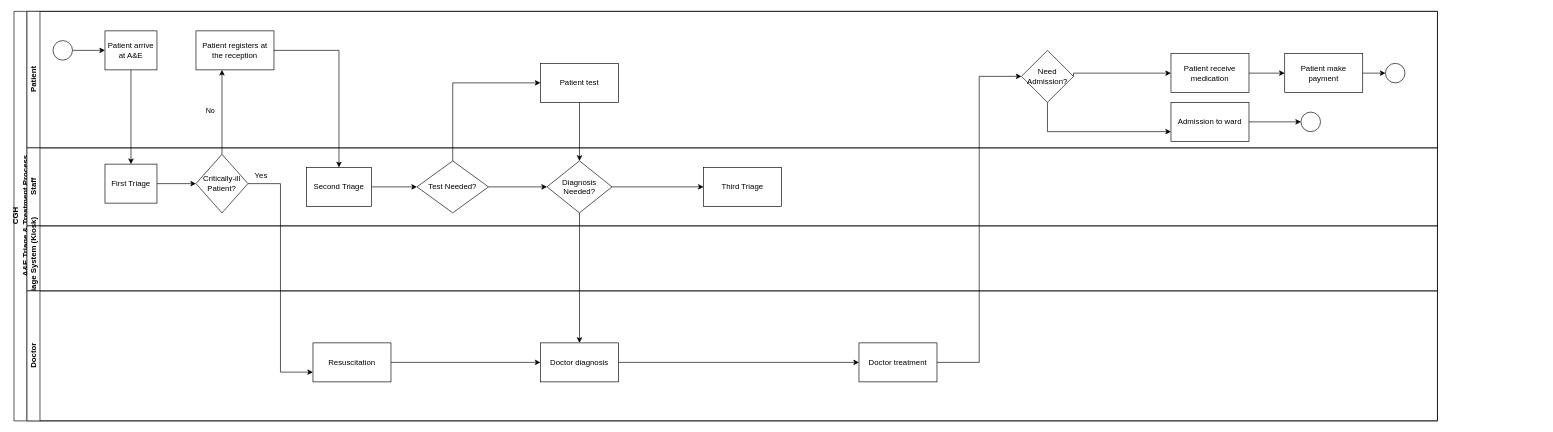
Earlier version of the draw.io diagram Untitled Diagram.drawio (L1uM4rt1n/Huawei-Hackathon-2023-EYEdeate). Source tidied: cells renumbered, new cells numbered last; positions are measured from the earlier drawing's top-left corner, leaving out a move shared by most shapes. Both pictures are drawn from the tidied source at 65%, with x=0, y=0 at pixel (14, 11).
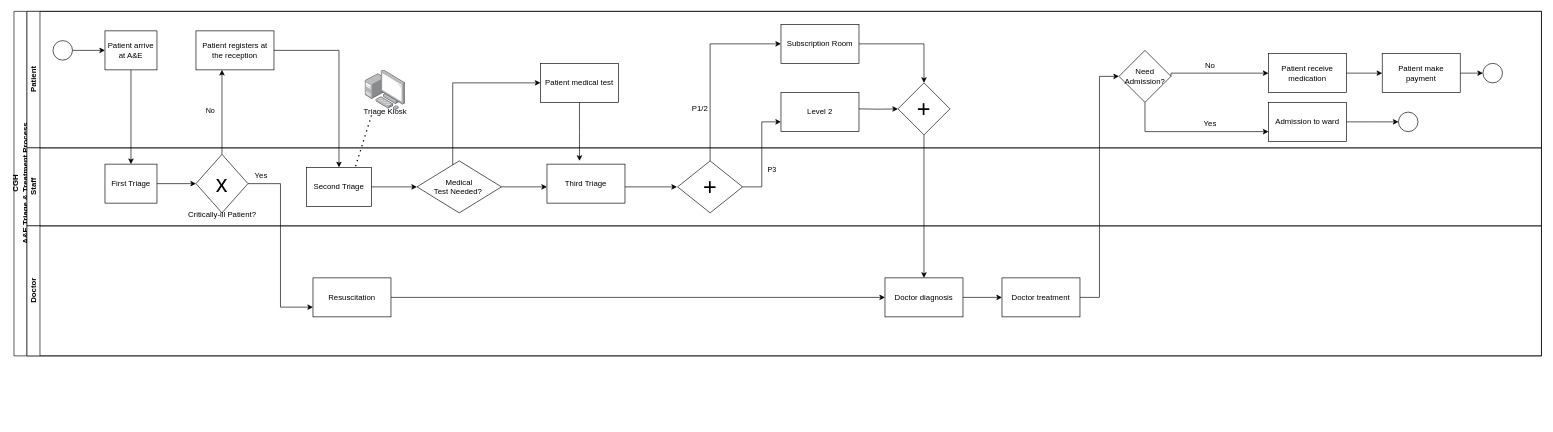
After the change.

Commit message:
CGH Triage Process AS-IS.drawio

The edit, as a diff of the source:
```diff
@@
     <mxCell id="2" value="CGH &lt;br&gt;A&amp;amp;E Triage &amp;amp; Treatment Process" style="swimlane;html=1;horizontal=0;startSize=20;" parent="1" vertex="1">
-      <mxGeometry width="2190" height="630" as="geometry" />
+      <mxGeometry width="2350" height="530" as="geometry" />
     </mxCell>
     <mxCell id="3" value="Patient" style="swimlane;html=1;startSize=20;horizontal=0;" parent="2" vertex="1">
-      <mxGeometry x="20" width="2170" height="210" as="geometry" />
+      <mxGeometry x="20" width="2330" height="210" as="geometry" />
     </mxCell>
@@
-    <mxCell id="7" value="Patient test" style="whiteSpace=wrap;html=1;" parent="3" vertex="1">
+    <mxCell id="7" value="Patient medical test" style="whiteSpace=wrap;html=1;" parent="3" vertex="1">
       <mxGeometry x="790" y="80" width="120" height="60" as="geometry" />
     </mxCell>
     <mxCell id="8" style="edgeStyle=orthogonalEdgeStyle;rounded=0;jettySize=auto;html=1;" parent="3" edge="1" source="9">
       <mxGeometry relative="1" as="geometry">
-        <mxPoint x="2090" y="95" as="targetPoint" />
+        <mxPoint x="2240" y="95" as="targetPoint" />
       </mxGeometry>
     </mxCell>
     <mxCell id="9" value="Patient make payment" style="rounded=0;whiteSpace=wrap;html=1;" parent="3" vertex="1">
-      <mxGeometry x="1935" y="65" width="120" height="60" as="geometry" />
+      <mxGeometry x="2085" y="65" width="120" height="60" as="geometry" />
     </mxCell>
     <mxCell id="10" style="ellipse;whiteSpace=wrap;html=1;" parent="3" vertex="1">
-      <mxGeometry x="2090" y="80" width="30" height="30" as="geometry" />
+      <mxGeometry x="2240" y="80" width="30" height="30" as="geometry" />
     </mxCell>
     <mxCell id="11" value="Patient receive medication" style="whiteSpace=wrap;html=1;" parent="3" vertex="1">
-      <mxGeometry x="1760" y="65" width="120" height="60" as="geometry" />
+      <mxGeometry x="1910" y="65" width="120" height="60" as="geometry" />
     </mxCell>
@@
     <mxCell id="14" style="edgeStyle=orthogonalEdgeStyle;rounded=0;jettySize=auto;html=1;" parent="3" edge="1" source="15">
       <mxGeometry relative="1" as="geometry">
-        <mxPoint x="1960" y="170" as="targetPoint" />
+        <mxPoint x="2110" y="170" as="targetPoint" />
       </mxGeometry>
     </mxCell>
     <mxCell id="15" value="Admission to ward" style="whiteSpace=wrap;html=1;" parent="3" vertex="1">
-      <mxGeometry x="1760" y="140" width="120" height="60" as="geometry" />
+      <mxGeometry x="1910" y="140" width="120" height="60" as="geometry" />
     </mxCell>
     <mxCell id="16" style="ellipse;whiteSpace=wrap;html=1;" parent="3" vertex="1">
-      <mxGeometry x="1960" y="155" width="30" height="30" as="geometry" />
+      <mxGeometry x="2110" y="155" width="30" height="30" as="geometry" />
     </mxCell>
@@
     <mxCell id="18" value="Need Admission?" style="rhombus;whiteSpace=wrap;html=1;rounded=0;" parent="3" vertex="1">
-      <mxGeometry x="1530" y="60" width="80" height="80" as="geometry" />
+      <mxGeometry x="1680" y="60" width="80" height="80" as="geometry" />
     </mxCell>
     <mxCell id="19" style="edgeStyle=orthogonalEdgeStyle;rounded=0;jettySize=auto;html=1;entryX=0;entryY=0.5;entryDx=0;entryDy=0;exitX=1;exitY=0.5;exitDx=0;exitDy=0;" parent="3" edge="1" source="18" target="11">
       <mxGeometry relative="1" as="geometry">
         <Array as="points">
-          <mxPoint x="1610" y="95" />
+          <mxPoint x="1760" y="95" />
         </Array>
       </mxGeometry>
     </mxCell>
+    <mxCell id="48" style="image;html=1;align=center;shadow=0;dashed=0;image=img/lib/allied_telesis/computer_and_terminals/Personal_Computer_with_Server.svg;" parent="3" vertex="1">
+      <mxGeometry x="520" y="90" width="62.4" height="62.4" as="geometry" />
+    </mxCell>
+    <mxCell id="49" value="Level 2" style="whiteSpace=wrap;html=1;" parent="3" vertex="1">
+      <mxGeometry x="1160" y="125" width="120" height="60" as="geometry" />
+    </mxCell>
+    <mxCell id="50" value="Subscription Room" style="whiteSpace=wrap;html=1;" parent="3" vertex="1">
+      <mxGeometry x="1160" y="20" width="120" height="60" as="geometry" />
+    </mxCell>
+    <mxCell id="51" value="&lt;font style=&quot;font-size: 36px;&quot;&gt;+&lt;/font&gt;" style="rhombus;whiteSpace=wrap;html=1;" parent="3" vertex="1">
+      <mxGeometry x="1340" y="110" width="80" height="80" as="geometry" />
+    </mxCell>
+    <mxCell id="52" style="edgeStyle=orthogonalEdgeStyle;rounded=0;jettySize=auto;html=1;exitX=1;exitY=0.5;exitDx=0;exitDy=0;entryX=0.5;entryY=0;entryDx=0;entryDy=0;" parent="3" edge="1" source="50" target="51">
+      <mxGeometry relative="1" as="geometry" />
+    </mxCell>
+    <mxCell id="53" style="edgeStyle=orthogonalEdgeStyle;rounded=0;jettySize=auto;html=1;entryX=0;entryY=0.5;entryDx=0;entryDy=0;" parent="3" edge="1" target="51">
+      <mxGeometry relative="1" as="geometry">
+        <mxPoint x="1280" y="150" as="sourcePoint" />
+      </mxGeometry>
+    </mxCell>
+    <mxCell id="54" value="P1/2" style="text;html=1;align=center;verticalAlign=middle;strokeColor=none;fillColor=none;" parent="3" vertex="1">
+      <mxGeometry x="1010" y="135" width="50" height="30" as="geometry" />
+    </mxCell>
+    <mxCell id="55" value="Triage Kiosk" style="text;html=1;align=center;verticalAlign=middle;strokeColor=none;fillColor=none;" parent="3" vertex="1">
+      <mxGeometry x="506.2" y="140" width="90" height="30" as="geometry" />
+    </mxCell>
     <mxCell id="20" value="Staff" style="swimlane;html=1;startSize=20;horizontal=0;" parent="2" vertex="1">
-      <mxGeometry x="20" y="210" width="2170" height="120" as="geometry" />
+      <mxGeometry x="20" y="210" width="2330" height="120" as="geometry" />
     </mxCell>
@@
-    <mxCell id="22" value="Critically-ill Patient?" style="rhombus;whiteSpace=wrap;html=1;" parent="20" vertex="1">
+    <mxCell id="22" value="&lt;span style=&quot;font-size: 36px;&quot;&gt;x&lt;/span&gt;" style="rhombus;whiteSpace=wrap;html=1;" parent="20" vertex="1">
       <mxGeometry x="260" y="10" width="80" height="90" as="geometry" />
     </mxCell>
@@
-    <mxCell id="24" style="edgeStyle=orthogonalEdgeStyle;rounded=0;jettySize=auto;html=1;entryX=0;entryY=0.5;entryDx=0;entryDy=0;" parent="20" edge="1" source="25" target="28">
-      <mxGeometry relative="1" as="geometry" />
+    <mxCell id="24" style="edgeStyle=orthogonalEdgeStyle;rounded=0;jettySize=auto;html=1;entryX=0;entryY=0.5;entryDx=0;entryDy=0;" parent="20" edge="1" source="25">
+      <mxGeometry relative="1" as="geometry">
+        <mxPoint x="800" y="60" as="targetPoint" />
+      </mxGeometry>
     </mxCell>
-    <mxCell id="25" value="Test Needed?" style="rhombus;whiteSpace=wrap;html=1;fontFamily=Helvetica;fontSize=12;fontColor=#000000;align=center;" parent="20" vertex="1">
-      <mxGeometry x="600" y="20" width="110" height="80" as="geometry" />
+    <mxCell id="25" value="Medical&lt;br&gt;Test Needed?&amp;nbsp;" style="rhombus;whiteSpace=wrap;html=1;fontFamily=Helvetica;fontSize=12;fontColor=#000000;align=center;" parent="20" vertex="1">
+      <mxGeometry x="600" y="20" width="130" height="80" as="geometry" />
     </mxCell>
+    <mxCell id="30" style="edgeStyle=orthogonalEdgeStyle;rounded=0;orthogonalLoop=1;jettySize=auto;html=1;entryX=0;entryY=0.5;entryDx=0;entryDy=0;" parent="20" edge="1">
+      <mxGeometry relative="1" as="geometry">
+        <mxPoint x="900" y="60" as="sourcePoint" />
+        <mxPoint x="1000" y="60" as="targetPoint" />
+      </mxGeometry>
+    </mxCell>
+    <mxCell id="27" value="Second Triage" style="whiteSpace=wrap;html=1;" parent="20" vertex="1">
+      <mxGeometry x="430" y="30" width="100" height="60" as="geometry" />
+    </mxCell>
@@
-    <mxCell id="27" value="Second Triage" style="whiteSpace=wrap;html=1;" parent="20" vertex="1">
-      <mxGeometry x="430" y="30" width="100" height="60" as="geometry" />
-    </mxCell>
-    <mxCell id="28" value="Diagnosis Needed?" style="rhombus;whiteSpace=wrap;html=1;" parent="20" vertex="1">
-      <mxGeometry x="800" y="20" width="100" height="80" as="geometry" />
-    </mxCell>
-    <mxCell id="29" value="Third Triage" style="whiteSpace=wrap;html=1;" parent="20" vertex="1">
-      <mxGeometry x="1041" y="30" width="120" height="60" as="geometry" />
+    <mxCell id="29" value="Third Triage" style="rounded=0;whiteSpace=wrap;html=1;" parent="20" vertex="1">
+      <mxGeometry x="800" y="25" width="120" height="60" as="geometry" />
     </mxCell>
-    <mxCell id="30" style="edgeStyle=orthogonalEdgeStyle;rounded=0;jettySize=auto;html=1;entryX=0;entryY=0.5;entryDx=0;entryDy=0;" parent="20" edge="1" source="28" target="29">
-      <mxGeometry relative="1" as="geometry" />
-    </mxCell>
-    <mxCell id="31" value="Triage System (Kiosk)" style="swimlane;html=1;startSize=20;horizontal=0;" parent="2" vertex="1">
-      <mxGeometry x="20" y="330" width="2170" height="100" as="geometry" />
-    </mxCell>
+    <mxCell id="56" value="&lt;font style=&quot;font-size: 36px;&quot;&gt;+&lt;/font&gt;" style="rhombus;whiteSpace=wrap;html=1;" parent="20" vertex="1">
+      <mxGeometry x="1001" y="20" width="100" height="80" as="geometry" />
+    </mxCell>
     <mxCell id="32" value="Doctor" style="swimlane;html=1;startSize=20;horizontal=0;" parent="2" vertex="1">
-      <mxGeometry x="20" y="430" width="2170" height="200" as="geometry" />
+      <mxGeometry x="20" y="330" width="2330" height="200" as="geometry" />
     </mxCell>
@@
     <mxCell id="34" value="Doctor diagnosis" style="rounded=0;whiteSpace=wrap;html=1;" parent="32" vertex="1">
-      <mxGeometry x="790" y="80" width="120" height="60" as="geometry" />
+      <mxGeometry x="1320" y="80" width="120" height="60" as="geometry" />
     </mxCell>
     <mxCell id="35" value="Doctor treatment" style="whiteSpace=wrap;html=1;rounded=0;" parent="32" vertex="1">
-      <mxGeometry x="1280" y="80" width="120" height="60" as="geometry" />
+      <mxGeometry x="1500" y="80" width="120" height="60" as="geometry" />
     </mxCell>
@@
-    <mxCell id="44" style="edgeStyle=orthogonalEdgeStyle;rounded=0;jettySize=auto;html=1;entryX=0.5;entryY=0;entryDx=0;entryDy=0;" parent="2" edge="1" source="28" target="34">
-      <mxGeometry relative="1" as="geometry" />
-    </mxCell>
-    <mxCell id="45" style="edgeStyle=orthogonalEdgeStyle;rounded=0;jettySize=auto;html=1;exitX=0.5;exitY=1;exitDx=0;exitDy=0;entryX=0.5;entryY=0;entryDx=0;entryDy=0;" parent="2" edge="1" source="7" target="28">
-      <mxGeometry relative="1" as="geometry" />
+    <mxCell id="45" style="edgeStyle=orthogonalEdgeStyle;rounded=0;jettySize=auto;html=1;exitX=0.5;exitY=1;exitDx=0;exitDy=0;entryX=0.5;entryY=0;entryDx=0;entryDy=0;" parent="2" edge="1" source="7">
+      <mxGeometry relative="1" as="geometry">
+        <mxPoint x="870" y="230" as="targetPoint" />
+      </mxGeometry>
     </mxCell>
@@
+    <mxCell id="57" style="edgeStyle=orthogonalEdgeStyle;rounded=0;jettySize=auto;html=1;entryX=0;entryY=0.75;entryDx=0;entryDy=0;exitX=1;exitY=0.5;exitDx=0;exitDy=0;" parent="2" edge="1" source="56" target="49">
+      <mxGeometry relative="1" as="geometry" />
+    </mxCell>
+    <mxCell id="58" value="P3" style="edgeLabel;html=1;align=center;verticalAlign=middle;" parent="57" vertex="1">
+      <mxGeometry x="-0.26" y="-8" relative="1" as="geometry">
+        <mxPoint x="7" y="2" as="offset" />
+      </mxGeometry>
+    </mxCell>
+    <mxCell id="59" style="edgeStyle=orthogonalEdgeStyle;rounded=0;jettySize=auto;html=1;exitX=0.5;exitY=0;exitDx=0;exitDy=0;entryX=0;entryY=0.5;entryDx=0;entryDy=0;" parent="2" edge="1" source="56" target="50">
+      <mxGeometry relative="1" as="geometry" />
+    </mxCell>
+    <mxCell id="60" style="edgeStyle=orthogonalEdgeStyle;rounded=0;jettySize=auto;html=1;exitX=0.5;exitY=1;exitDx=0;exitDy=0;entryX=0.5;entryY=0;entryDx=0;entryDy=0;" parent="2" edge="1" source="51" target="34">
+      <mxGeometry relative="1" as="geometry" />
+    </mxCell>
@@
+    <mxCell id="61" style="endArrow=none;dashed=1;html=1;dashPattern=1 3;strokeWidth=2;rounded=0;entryX=0.75;entryY=0;entryDx=0;entryDy=0;" parent="1" edge="1" target="27">
+      <mxGeometry relative="1" as="geometry">
+        <mxPoint x="550" y="160" as="sourcePoint" />
+      </mxGeometry>
+    </mxCell>
+    <mxCell id="62" value="No" style="text;html=1;align=center;verticalAlign=middle;strokeColor=none;fillColor=none;" parent="1" vertex="1">
+      <mxGeometry x="1820" y="68" width="40" height="30" as="geometry" />
+    </mxCell>
+    <mxCell id="63" value="Yes" style="text;html=1;align=center;verticalAlign=middle;strokeColor=none;fillColor=none;" parent="1" vertex="1">
+      <mxGeometry x="1820" y="158" width="40" height="30" as="geometry" />
+    </mxCell>
+    <mxCell id="64" value="Critically-ill Patient?" style="text;html=1;align=center;verticalAlign=middle;strokeColor=none;fillColor=none;" parent="1" vertex="1">
+      <mxGeometry x="255" y="298" width="130" height="30" as="geometry" />
+    </mxCell>
```
